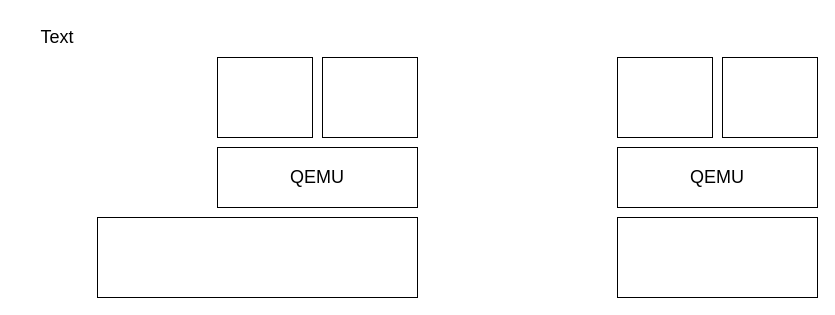
Earlier version of the draw.io diagram patterns/postcopy/postcopy backup architecture.drawio (xuyizhe1999/drawio). Source tidied: cells renumbered, new cells numbered last; positions are measured from the earlier drawing's top-left corner, leaving out a move shared by most shapes. Both pictures are drawn from the tidied source at 100%, with x=0, y=0 at pixel (17, 17).
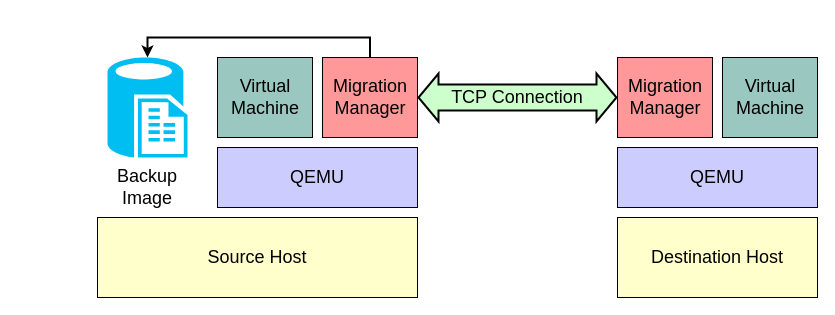
Above is the later version.

The edit, as a diff of the source:
```diff
@@
-    <mxCell id="2" style="rounded=0;whiteSpace=wrap;html=1;" parent="1" vertex="1">
+    <mxCell id="2" value="&lt;font style=&quot;font-size: 18px;&quot;&gt;Source Host&lt;/font&gt;" style="rounded=0;whiteSpace=wrap;html=1;fillColor=#FFFFCC;" parent="1" vertex="1">
       <mxGeometry x="80" y="200" width="320" height="80" as="geometry" />
     </mxCell>
-    <mxCell id="3" style="rounded=0;whiteSpace=wrap;html=1;" parent="1" vertex="1">
+    <mxCell id="3" value="&lt;font style=&quot;font-size: 18px;&quot;&gt;Destination Host&lt;/font&gt;" style="rounded=0;whiteSpace=wrap;html=1;fillColor=#FFFFCC;" parent="1" vertex="1">
       <mxGeometry x="600" y="200" width="200" height="80" as="geometry" />
     </mxCell>
-    <mxCell id="4" style="rounded=0;whiteSpace=wrap;html=1;" parent="1" vertex="1">
+    <mxCell id="4" style="rounded=0;whiteSpace=wrap;html=1;fillColor=#CCCCFF;" parent="1" vertex="1">
       <mxGeometry x="200" y="130" width="200" height="60" as="geometry" />
     </mxCell>
-    <mxCell id="5" style="rounded=0;whiteSpace=wrap;html=1;" parent="1" vertex="1">
+    <mxCell id="5" style="rounded=0;whiteSpace=wrap;html=1;fillColor=#CCCCFF;" parent="1" vertex="1">
       <mxGeometry x="600" y="130" width="200" height="60" as="geometry" />
     </mxCell>
-    <mxCell id="6" style="rounded=0;whiteSpace=wrap;html=1;" parent="1" vertex="1">
+    <mxCell id="6" style="rounded=0;whiteSpace=wrap;html=1;fillColor=#9AC7BF;" parent="1" vertex="1">
       <mxGeometry x="200" y="40" width="95" height="80" as="geometry" />
     </mxCell>
+    <mxCell id="13" style="edgeStyle=orthogonalEdgeStyle;rounded=0;jettySize=auto;html=1;exitX=0.5;exitY=0;exitDx=0;exitDy=0;entryX=0.5;entryY=0;entryDx=0;entryDy=0;entryPerimeter=0;fontSize=18;strokeWidth=2;" parent="1" edge="1" source="7" target="18">
+      <mxGeometry relative="1" as="geometry" />
+    </mxCell>
-    <mxCell id="7" style="rounded=0;whiteSpace=wrap;html=1;" parent="1" vertex="1">
+    <mxCell id="7" style="rounded=0;whiteSpace=wrap;html=1;fillColor=#FF9999;" parent="1" vertex="1">
       <mxGeometry x="305" y="40" width="95" height="80" as="geometry" />
     </mxCell>
-    <mxCell id="8" value="&lt;font style=&quot;font-size: 18px;&quot;&gt;Text&lt;/font&gt;" style="text;html=1;strokeColor=none;fillColor=none;align=center;verticalAlign=middle;whiteSpace=wrap;rounded=0;" parent="1" vertex="1">
-      <mxGeometry width="80" height="40" as="geometry" />
-    </mxCell>
@@
-    <mxCell id="11" style="rounded=0;whiteSpace=wrap;html=1;" parent="1" vertex="1">
+    <mxCell id="11" style="rounded=0;whiteSpace=wrap;html=1;fillColor=#FF9999;" parent="1" vertex="1">
       <mxGeometry x="600" y="40" width="95" height="80" as="geometry" />
     </mxCell>
-    <mxCell id="12" style="rounded=0;whiteSpace=wrap;html=1;" parent="1" vertex="1">
+    <mxCell id="12" style="rounded=0;whiteSpace=wrap;html=1;fillColor=#9AC7BF;" parent="1" vertex="1">
       <mxGeometry x="705" y="40" width="95" height="80" as="geometry" />
     </mxCell>
+    <mxCell id="14" value="&lt;font style=&quot;font-size: 18px;&quot;&gt;Virtual Machine&lt;/font&gt;" style="text;html=1;strokeColor=none;fillColor=none;align=center;verticalAlign=middle;whiteSpace=wrap;rounded=0;" parent="1" vertex="1">
+      <mxGeometry x="207.5" y="60" width="80" height="40" as="geometry" />
+    </mxCell>
+    <mxCell id="15" value="&lt;font style=&quot;font-size: 18px;&quot;&gt;Virtual Machine&lt;/font&gt;" style="text;html=1;strokeColor=none;fillColor=none;align=center;verticalAlign=middle;whiteSpace=wrap;rounded=0;" parent="1" vertex="1">
+      <mxGeometry x="712.5" y="60" width="80" height="40" as="geometry" />
+    </mxCell>
+    <mxCell id="16" value="&lt;font style=&quot;font-size: 18px;&quot;&gt;Migration Manager&lt;/font&gt;" style="text;html=1;strokeColor=none;fillColor=none;align=center;verticalAlign=middle;whiteSpace=wrap;rounded=0;" parent="1" vertex="1">
+      <mxGeometry x="312.5" y="60" width="80" height="40" as="geometry" />
+    </mxCell>
+    <mxCell id="17" value="&lt;font style=&quot;font-size: 18px;&quot;&gt;Migration Manager&lt;/font&gt;" style="text;html=1;strokeColor=none;fillColor=none;align=center;verticalAlign=middle;whiteSpace=wrap;rounded=0;" parent="1" vertex="1">
+      <mxGeometry x="607.5" y="60" width="80" height="40" as="geometry" />
+    </mxCell>
+    <mxCell id="18" style="verticalLabelPosition=bottom;html=1;verticalAlign=top;align=center;strokeColor=none;fillColor=#00BEF2;shape=mxgraph.azure.sql_reporting;fontSize=18;" parent="1" vertex="1">
+      <mxGeometry x="90" y="40" width="80" height="100" as="geometry" />
+    </mxCell>
+    <mxCell id="19" value="&lt;font style=&quot;font-size: 18px;&quot;&gt;Backup Image&lt;/font&gt;" style="text;html=1;strokeColor=none;fillColor=none;align=center;verticalAlign=middle;whiteSpace=wrap;rounded=0;" parent="1" vertex="1">
+      <mxGeometry x="90" y="150" width="80" height="40" as="geometry" />
+    </mxCell>
+    <mxCell id="20" style="shape=flexArrow;endArrow=classic;startArrow=classic;html=1;rounded=0;strokeWidth=2;fontSize=18;exitX=1;exitY=0.5;exitDx=0;exitDy=0;entryX=0;entryY=0.5;entryDx=0;entryDy=0;width=25;fillColor=#CCFFCC;" parent="1" edge="1" source="7" target="11">
+      <mxGeometry relative="1" as="geometry" />
+    </mxCell>
+    <mxCell id="21" value="&lt;font style=&quot;font-size: 18px;&quot;&gt;TCP Connection&lt;/font&gt;" style="text;html=1;strokeColor=none;fillColor=none;align=center;verticalAlign=middle;whiteSpace=wrap;rounded=0;" parent="1" vertex="1">
+      <mxGeometry x="420" y="60" width="160" height="40" as="geometry" />
+    </mxCell>
```
